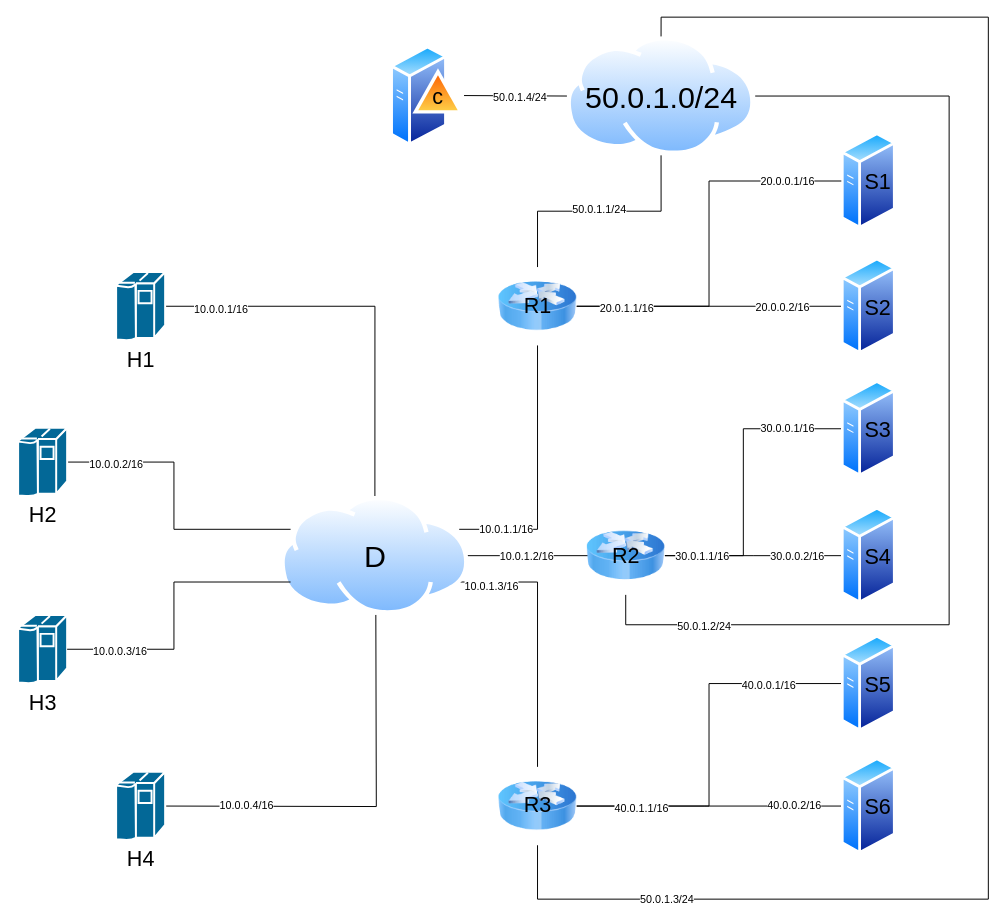
The draw.io diagram network.drawio in Atlac/Load-Balancer, before the edit. Source tidied: cells renumbered, new cells numbered last; positions are measured from the earlier drawing's top-left corner, leaving out a move shared by most shapes. Both pictures are drawn from the tidied source at 98%, with x=0, y=0 at pixel (18, 17).
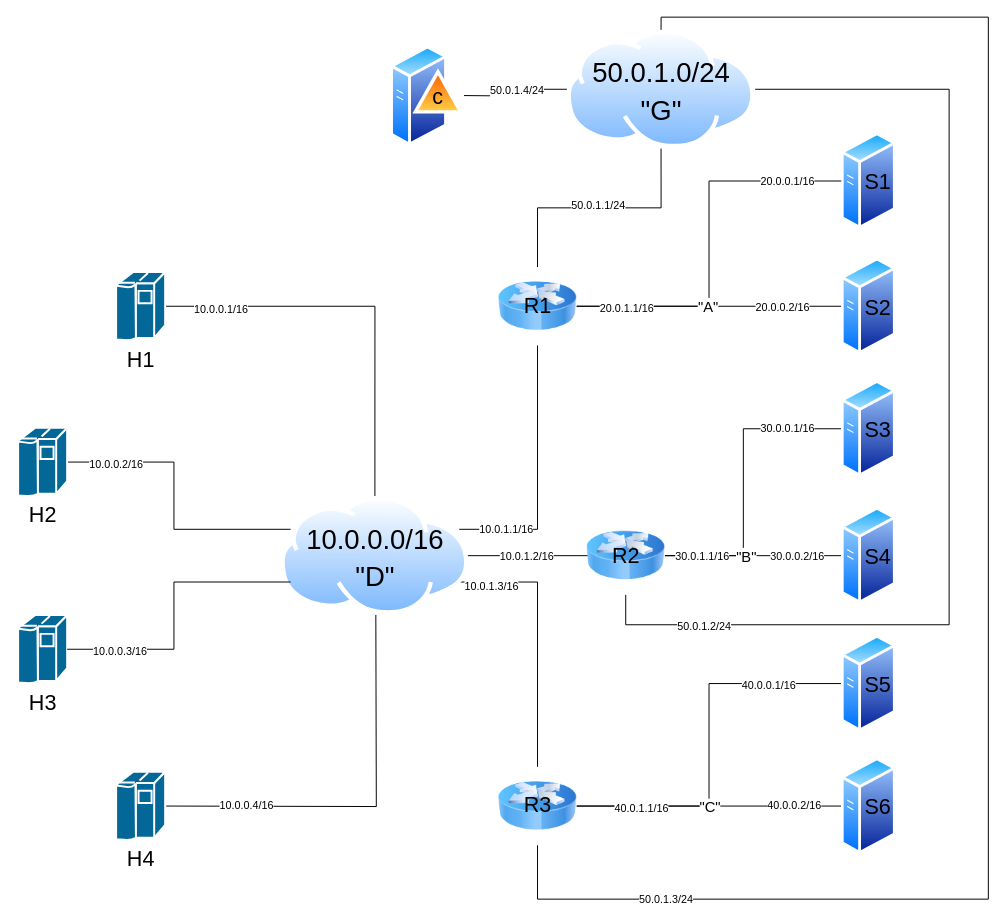
The same diagram, later.

Unchanged cells that the change refers to:
```xml
<mxCell id="21" style="edgeStyle=orthogonalEdgeStyle;rounded=0;jettySize=auto;html=1;exitX=1;exitY=0.5;exitDx=0;exitDy=0;entryX=0;entryY=0.5;entryDx=0;entryDy=0;endArrow=none;startFill=0;" parent="1" edge="1" source="26" target="46">
  <mxGeometry relative="1" as="geometry">
    <Array as="points">
      <mxPoint x="740" y="550" />
      <mxPoint x="740" y="420" />
    </Array>
  </mxGeometry>
</mxCell>
<mxCell id="26" value="R2" style="image;html=1;image=img/lib/clip_art/networking/Router_Icon_128x128.png;labelPosition=center;verticalLabelPosition=middle;align=center;verticalAlign=middle;fontSize=22;labelBackgroundColor=none;" parent="1" vertex="1">
  <mxGeometry x="580" y="509.5" width="80" height="80" as="geometry" />
</mxCell>
<mxCell id="29" style="edgeStyle=orthogonalEdgeStyle;rounded=0;jettySize=auto;html=1;exitX=1;exitY=0.5;exitDx=0;exitDy=0;entryX=0;entryY=0.5;entryDx=0;entryDy=0;endArrow=none;startFill=0;" parent="1" edge="1" source="34" target="48">
  <mxGeometry relative="1" as="geometry">
    <Array as="points">
      <mxPoint x="700" y="805" />
      <mxPoint x="700" y="805" />
    </Array>
  </mxGeometry>
</mxCell>
<mxCell id="52" style="endArrow=none;html=1;rounded=0;entryX=0;entryY=0.5;entryDx=0;entryDy=0;edgeStyle=orthogonalEdgeStyle;exitX=1;exitY=0.5;exitDx=0;exitDy=0;" parent="1" edge="1" source="39" target="41">
  <mxGeometry relative="1" as="geometry" />
</mxCell>
```

Change to the diagram source:
```diff
@@
-    <mxCell id="18" value="D" style="image;perimeter=ellipsePerimeter;html=1;align=center;shadow=0;dashed=0;spacingTop=3;image=img/lib/active_directory/internet_cloud.svg;verticalAlign=middle;labelPosition=center;verticalLabelPosition=middle;fontSize=31;labelBackgroundColor=none;" parent="1" vertex="1">
+    <mxCell id="18" value="&lt;font style=&quot;font-size: 28px;&quot;&gt;10.0.0.0/16&lt;/font&gt;&lt;div&gt;&lt;font style=&quot;font-size: 28px;&quot;&gt;&quot;D&quot;&lt;/font&gt;&lt;/div&gt;" style="image;perimeter=ellipsePerimeter;html=1;align=center;shadow=0;dashed=0;spacingTop=3;image=img/lib/active_directory/internet_cloud.svg;verticalAlign=middle;labelPosition=center;verticalLabelPosition=middle;fontSize=31;labelBackgroundColor=none;" parent="1" vertex="1">
       <mxGeometry x="268" y="489" width="192.1" height="121" as="geometry" />
     </mxCell>
@@
+    <mxCell id="55" value="&lt;font style=&quot;font-size: 15px;&quot;&gt;&quot;B&quot;&lt;/font&gt;" style="edgeLabel;html=1;align=center;verticalAlign=middle;" parent="21" vertex="1">
+      <mxGeometry x="-0.48" y="-2" relative="1" as="geometry" />
+    </mxCell>
     <mxCell id="24" style="edgeStyle=orthogonalEdgeStyle;rounded=0;jettySize=auto;html=1;exitX=0.5;exitY=1;exitDx=0;exitDy=0;entryX=1;entryY=0.5;entryDx=0;entryDy=0;endArrow=none;startFill=0;" parent="1" edge="1" source="26" target="51">
       <mxGeometry relative="1" as="geometry">
         <Array as="points">
           <mxPoint x="620" y="620" />
           <mxPoint x="950" y="620" />
-          <mxPoint x="950" y="81" />
+          <mxPoint x="950" y="74" />
+          <mxPoint x="752" y="74" />
         </Array>
       </mxGeometry>
     </mxCell>
@@
+    <mxCell id="56" value="&lt;font style=&quot;font-size: 15px;&quot;&gt;&quot;C&quot;&lt;/font&gt;" style="edgeLabel;html=1;align=center;verticalAlign=middle;" parent="29" vertex="1">
+      <mxGeometry relative="1" as="geometry" />
+    </mxCell>
@@
-    <mxCell id="51" value="50.0.1.0/24" style="image;perimeter=ellipsePerimeter;html=1;align=center;shadow=0;dashed=0;spacingTop=3;image=img/lib/active_directory/internet_cloud.svg;verticalAlign=middle;labelPosition=center;verticalLabelPosition=middle;fontSize=31;labelBackgroundColor=none;" parent="1" vertex="1">
-      <mxGeometry x="560" y="20" width="192.1" height="121" as="geometry" />
+    <mxCell id="51" value="&lt;font style=&quot;font-size: 28px;&quot;&gt;50.0.1.0/24&lt;/font&gt;&lt;div&gt;&lt;font style=&quot;font-size: 28px;&quot;&gt;&quot;G&quot;&lt;/font&gt;&lt;/div&gt;" style="image;perimeter=ellipsePerimeter;html=1;align=center;shadow=0;dashed=0;spacingTop=3;image=img/lib/active_directory/internet_cloud.svg;verticalAlign=middle;labelPosition=center;verticalLabelPosition=middle;fontSize=31;labelBackgroundColor=none;" parent="1" vertex="1">
+      <mxGeometry x="560" y="13.1" width="192.1" height="121" as="geometry" />
     </mxCell>
@@
+    <mxCell id="57" value="&lt;font style=&quot;font-size: 15px;&quot;&gt;&quot;A&quot;&lt;/font&gt;" style="edgeLabel;html=1;align=center;verticalAlign=middle;" parent="52" vertex="1">
+      <mxGeometry x="-0.33" y="1" relative="1" as="geometry" />
+    </mxCell>
```
